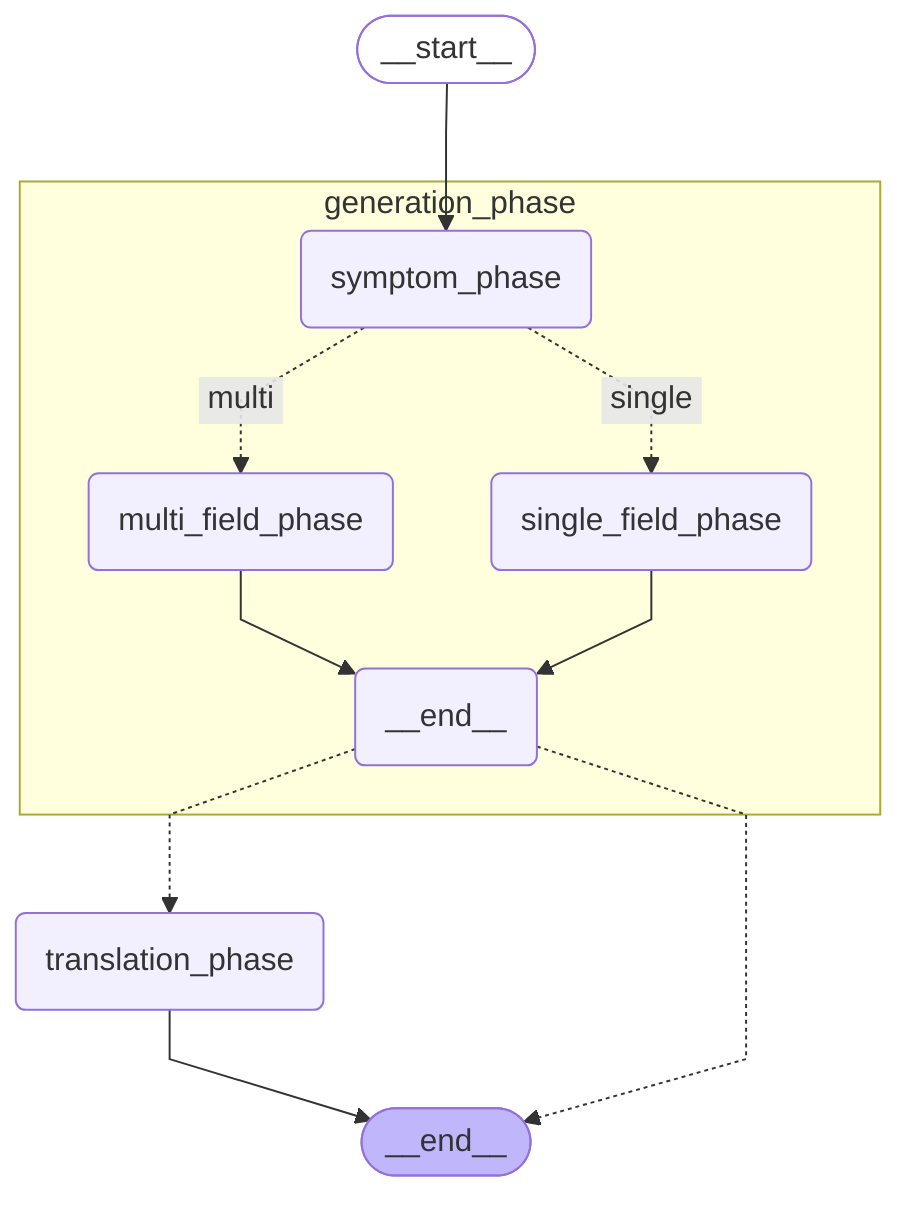
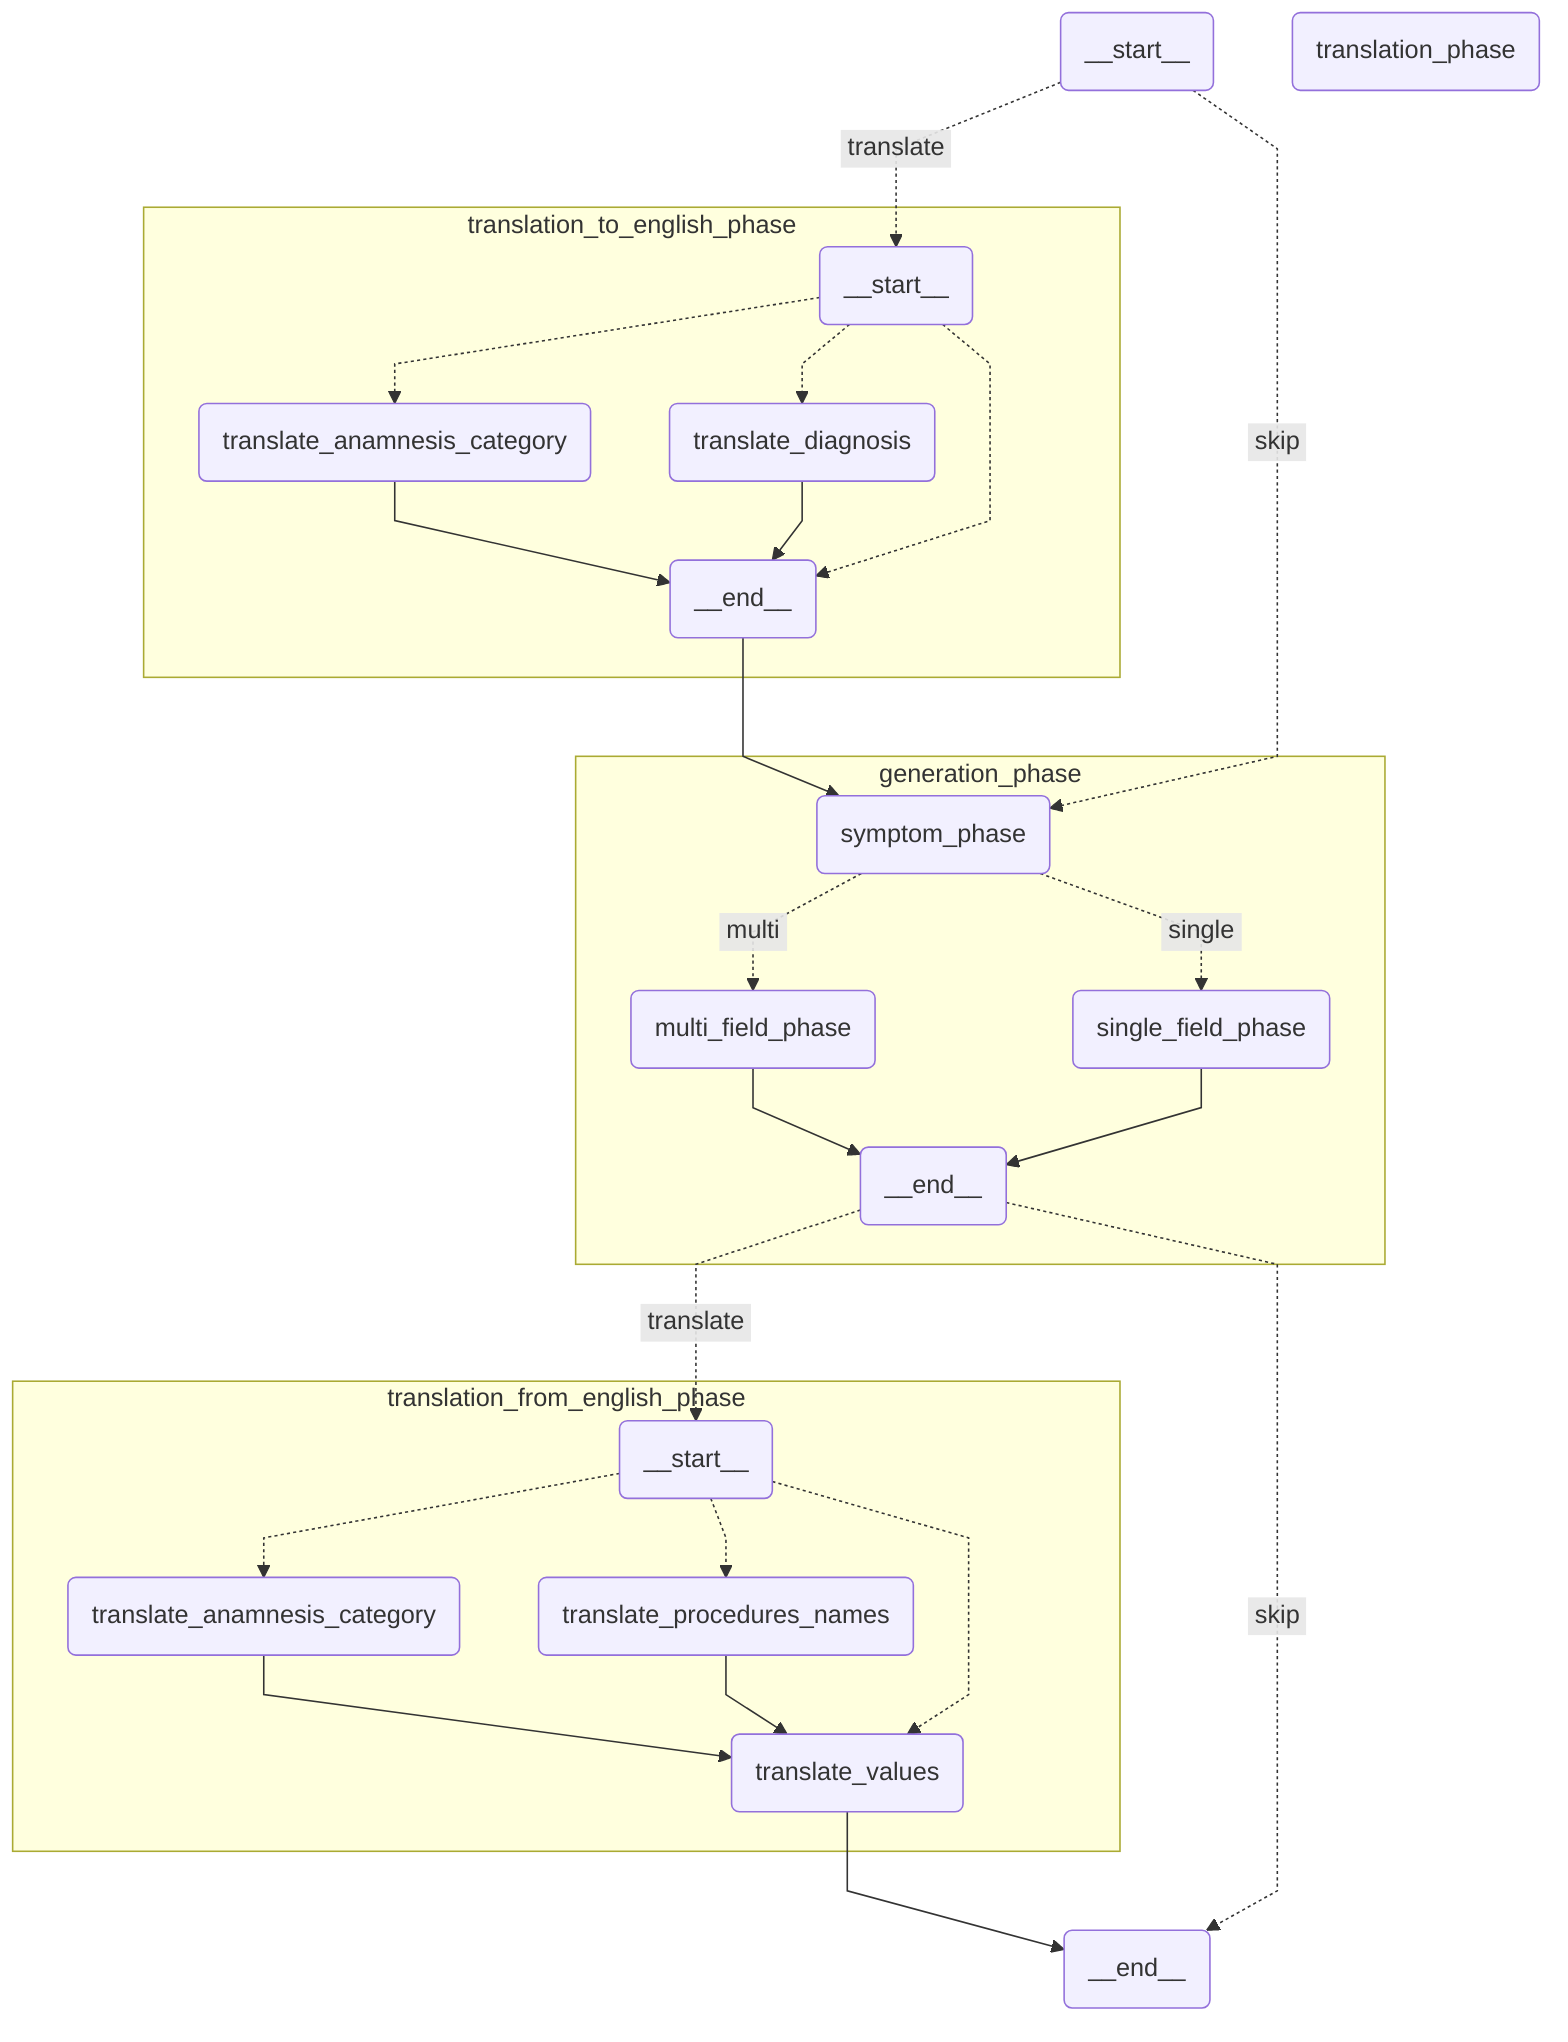
%%{init: {'flowchart': {'curve': 'linear'}}}%%
graph TD;
- 	__start__([<p>__start__</p>]):::first
+ 	__start__(<p>__start__</p>)
+ 	translation_to_english_phase___start__(<p>__start__</p>)
+ 	translation_to_english_phase_translate_diagnosis(translate_diagnosis)
+ 	translation_to_english_phase_translate_anamnesis_category(translate_anamnesis_category)
+ 	translation_to_english_phase___end__(<p>__end__</p>)
	generation_phase_symptom_phase(symptom_phase)
	generation_phase_single_field_phase(single_field_phase)
	generation_phase_multi_field_phase(multi_field_phase)
	generation_phase___end__(<p>__end__</p>)
- 	__end__([<p>__end__</p>]):::last
+ 	translation_from_english_phase___start__(<p>__start__</p>)
+ 	translation_from_english_phase_translate_anamnesis_category(translate_anamnesis_category)
+ 	translation_from_english_phase_translate_procedures_names(translate_procedures_names)
+ 	translation_from_english_phase_translate_values(translate_values)
+ 	__end__(<p>__end__</p>)
	translation_phase(translation_phase)
- 	__start__ --> generation_phase_symptom_phase;
- 	translation_phase --> __end__;
- 	generation_phase___end__ -.-> translation_phase;
- 	generation_phase___end__ -.-> __end__;
+ 	translation_from_english_phase_translate_values --> __end__;
+ 	translation_to_english_phase___end__ --> generation_phase_symptom_phase;
+ 	__start__ -. &nbsp;translate&nbsp; .-> translation_to_english_phase___start__;
+ 	__start__ -. &nbsp;skip&nbsp; .-> generation_phase_symptom_phase;
+ 	generation_phase___end__ -. &nbsp;translate&nbsp; .-> translation_from_english_phase___start__;
+ 	generation_phase___end__ -. &nbsp;skip&nbsp; .-> __end__;
+ 	subgraph translation_to_english_phase
+ 	translation_to_english_phase_translate_anamnesis_category --> translation_to_english_phase___end__;
+ 	translation_to_english_phase_translate_diagnosis --> translation_to_english_phase___end__;
+ 	translation_to_english_phase___start__ -.-> translation_to_english_phase_translate_diagnosis;
+ 	translation_to_english_phase___start__ -.-> translation_to_english_phase_translate_anamnesis_category;
+ 	translation_to_english_phase___start__ -.-> translation_to_english_phase___end__;
+ 	end
	subgraph generation_phase
	generation_phase_multi_field_phase --> generation_phase___end__;
	generation_phase_single_field_phase --> generation_phase___end__;
	generation_phase_symptom_phase -. &nbsp;single&nbsp; .-> generation_phase_single_field_phase;
	generation_phase_symptom_phase -. &nbsp;multi&nbsp; .-> generation_phase_multi_field_phase;
	end
+ 	subgraph translation_from_english_phase
+ 	translation_from_english_phase_translate_anamnesis_category --> translation_from_english_phase_translate_values;
+ 	translation_from_english_phase_translate_procedures_names --> translation_from_english_phase_translate_values;
+ 	translation_from_english_phase___start__ -.-> translation_from_english_phase_translate_anamnesis_category;
+ 	translation_from_english_phase___start__ -.-> translation_from_english_phase_translate_procedures_names;
+ 	translation_from_english_phase___start__ -.-> translation_from_english_phase_translate_values;
+ 	end
	classDef default fill:#f2f0ff,line-height:1.2;
	classDef first fill-opacity:0;
	classDef last fill:#bfb6fc;
